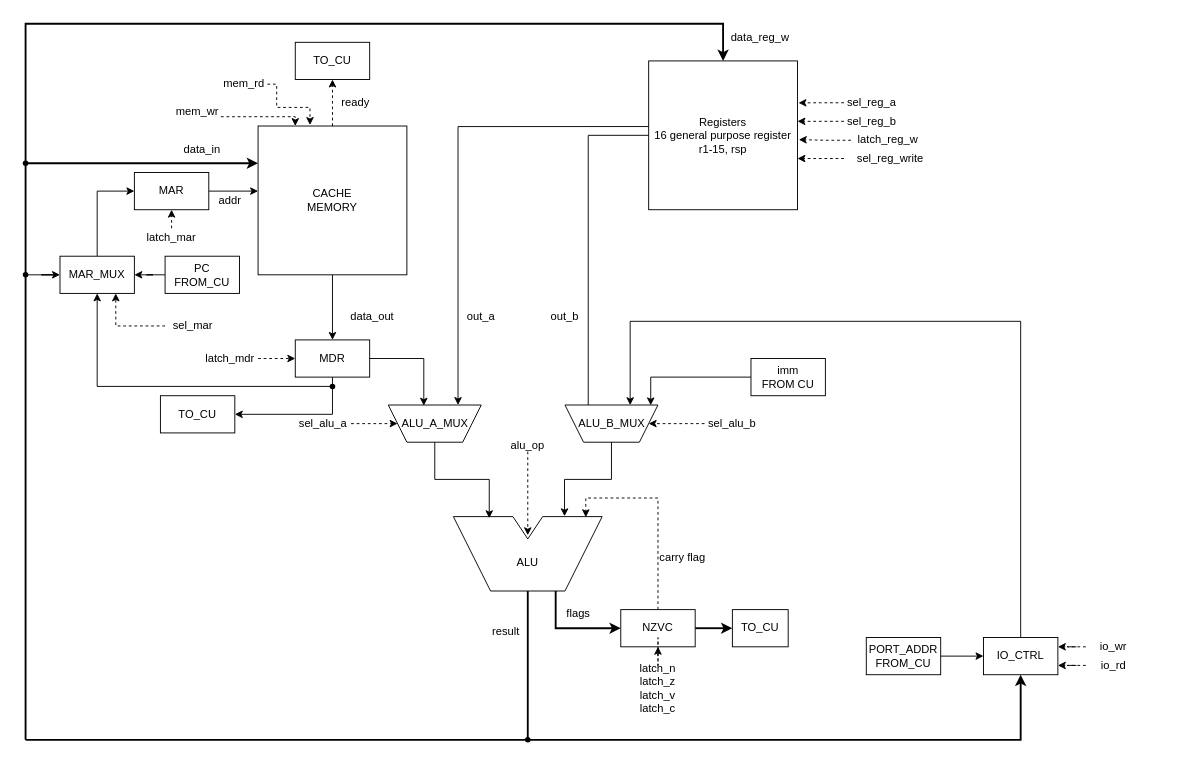
Miwm64/ailurus keeps this draw.io diagram as docs/scheme.drawio. Above is the earlier version. Source tidied: cells renumbered, new cells numbered last; positions are measured from the earlier drawing's top-left corner, leaving out a move shared by most shapes. Both pictures are drawn from the tidied source at 93%, with x=0, y=0 at pixel (16, 23).
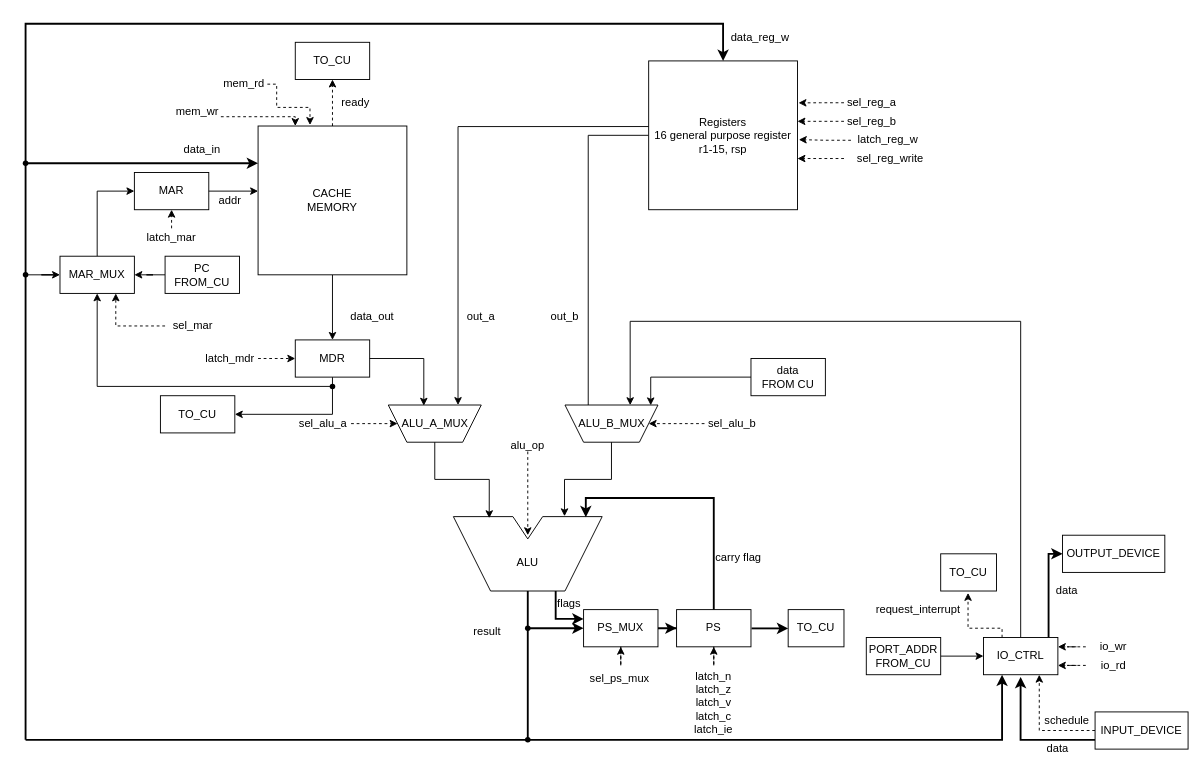
Above is the later version.

Commit message (it also covers changes not shown here):
docs: datapath complete, added pass_b alu operation

Unchanged cells that the change refers to:
```xml
<mxCell id="3" style="shape=mxgraph.basic.polygon;polyCoords=[[0,0],[0.4,0],[0.5,0.3],[0.6,0],[1,0],[0.75,1],[0.25,1]];polyline=0;whiteSpace=wrap;html=1;rotation=360;" parent="2" vertex="1">
  <mxGeometry width="160" height="80" as="geometry" />
</mxCell>
<mxCell id="4" value="ALU" style="text;html=1;whiteSpace=wrap;strokeColor=none;fillColor=none;align=center;verticalAlign=middle;rounded=0;rotation=360;" parent="2" vertex="1">
  <mxGeometry x="20" y="20" width="120" height="60" as="geometry" />
</mxCell>
<mxCell id="39" value="IO_CTRL" style="rounded=0;whiteSpace=wrap;html=1;" parent="1" vertex="1">
  <mxGeometry x="1040" y="660" width="80" height="40" as="geometry" />
</mxCell>
<mxCell id="79" style="shape=waypoint;sketch=0;size=6;points=[];fillColor=none;perimeter=centerPerimeter;snapToPoint=1;" parent="1" vertex="1">
  <mxGeometry x="540" y="760" width="20" height="20" as="geometry" />
</mxCell>
```

What changed in the source:
```diff
@@
-    <mxCell id="6" style="edgeStyle=orthogonalEdgeStyle;rounded=0;jettySize=auto;html=1;strokeWidth=2;" parent="1" edge="1" source="7">
-      <mxGeometry relative="1" as="geometry">
-        <mxPoint x="770" y="650" as="targetPoint" />
-      </mxGeometry>
+    <mxCell id="6" style="edgeStyle=orthogonalEdgeStyle;rounded=0;jettySize=auto;html=1;strokeWidth=2;exitX=1.008;exitY=0.505;exitDx=0;exitDy=0;exitPerimeter=0;entryX=0;entryY=0.5;entryDx=0;entryDy=0;" parent="1" edge="1" source="7" target="9">
+      <mxGeometry x="-0.54" relative="1" as="geometry" />
     </mxCell>
-    <mxCell id="7" value="NZVC" style="rounded=0;whiteSpace=wrap;html=1;" parent="1" vertex="1">
-      <mxGeometry x="650" y="630" width="80" height="40" as="geometry" />
+    <mxCell id="7" value="PS" style="rounded=0;whiteSpace=wrap;html=1;" parent="1" vertex="1">
+      <mxGeometry x="710" y="630" width="80" height="40" as="geometry" />
     </mxCell>
-    <mxCell id="8" style="edgeStyle=orthogonalEdgeStyle;rounded=0;jettySize=auto;html=1;exitX=0.75;exitY=1;exitDx=0;exitDy=0;entryX=0;entryY=0.5;entryDx=0;entryDy=0;strokeWidth=2;" parent="1" edge="1" source="4" target="7">
+    <mxCell id="8" style="edgeStyle=orthogonalEdgeStyle;rounded=0;jettySize=auto;html=1;exitX=0.75;exitY=1;exitDx=0;exitDy=0;entryX=0;entryY=0.25;entryDx=0;entryDy=0;strokeWidth=2;" parent="1" edge="1" source="4" target="97">
       <mxGeometry relative="1" as="geometry" />
     </mxCell>
     <mxCell id="9" value="TO_CU" style="rounded=0;whiteSpace=wrap;html=1;" parent="1" vertex="1">
-      <mxGeometry x="770" y="630" width="60" height="40" as="geometry" />
+      <mxGeometry x="830" y="630" width="60" height="40" as="geometry" />
     </mxCell>
@@
-    <mxCell id="11" value="latch_n&lt;div&gt;latch_z&lt;/div&gt;&lt;div&gt;latch_v&lt;/div&gt;&lt;div&gt;latch_c&lt;/div&gt;" style="text;html=1;whiteSpace=wrap;strokeColor=none;fillColor=none;align=center;verticalAlign=middle;rounded=0;" parent="1" vertex="1">
-      <mxGeometry x="660" y="680" width="60" height="70" as="geometry" />
+    <mxCell id="11" value="latch_n&lt;div&gt;latch_z&lt;/div&gt;&lt;div&gt;latch_v&lt;/div&gt;&lt;div&gt;latch_c&lt;/div&gt;&lt;div&gt;latch_ie&lt;/div&gt;" style="text;html=1;whiteSpace=wrap;strokeColor=none;fillColor=none;align=center;verticalAlign=middle;rounded=0;" parent="1" vertex="1">
+      <mxGeometry x="720" y="690" width="60" height="80" as="geometry" />
     </mxCell>
-    <mxCell id="12" style="edgeStyle=orthogonalEdgeStyle;rounded=0;jettySize=auto;html=1;entryX=0.89;entryY=0.008;entryDx=0;entryDy=0;entryPerimeter=0;exitX=0.5;exitY=0;exitDx=0;exitDy=0;dashed=1;" parent="1" edge="1" source="7" target="3">
+    <mxCell id="12" style="edgeStyle=orthogonalEdgeStyle;rounded=0;jettySize=auto;html=1;entryX=0.89;entryY=0.008;entryDx=0;entryDy=0;entryPerimeter=0;exitX=0.5;exitY=0;exitDx=0;exitDy=0;strokeWidth=2;" parent="1" edge="1" source="7" target="3">
       <mxGeometry x="-0.01" relative="1" as="geometry" />
     </mxCell>
     <mxCell id="13" value="carry flag" style="text;whiteSpace=wrap;html=1;" parent="1" vertex="1">
-      <mxGeometry x="690" y="560" width="60" height="20" as="geometry" />
+      <mxGeometry x="750" y="560" width="60" height="20" as="geometry" />
     </mxCell>
@@
+    <mxCell id="94" style="edgeStyle=orthogonalEdgeStyle;rounded=0;jettySize=auto;html=1;entryX=0.49;entryY=1.051;entryDx=0;entryDy=0;exitX=0.25;exitY=0;exitDx=0;exitDy=0;dashed=1;entryPerimeter=0;" parent="1" edge="1" source="39" target="103">
+      <mxGeometry relative="1" as="geometry">
+        <Array as="points">
+          <mxPoint x="1060" y="650" />
+          <mxPoint x="1023.4" y="650" />
+        </Array>
+      </mxGeometry>
+    </mxCell>
+    <mxCell id="95" style="edgeStyle=orthogonalEdgeStyle;rounded=0;jettySize=auto;html=1;entryX=0;entryY=0.5;entryDx=0;entryDy=0;strokeWidth=2;" parent="1" edge="1" source="39" target="109">
+      <mxGeometry relative="1" as="geometry">
+        <Array as="points">
+          <mxPoint x="1110" y="570" />
+        </Array>
+      </mxGeometry>
+    </mxCell>
@@
-    <mxCell id="41" value="&lt;div&gt;imm&lt;/div&gt;FROM CU" style="rounded=0;whiteSpace=wrap;html=1;strokeColor=default;align=center;verticalAlign=middle;fontFamily=Helvetica;fontSize=12;fontColor=default;fillColor=default;" parent="1" vertex="1">
+    <mxCell id="41" value="&lt;div&gt;data&lt;/div&gt;FROM CU" style="rounded=0;whiteSpace=wrap;html=1;strokeColor=default;align=center;verticalAlign=middle;fontFamily=Helvetica;fontSize=12;fontColor=default;fillColor=default;" parent="1" vertex="1">
       <mxGeometry x="790" y="360" width="80" height="40" as="geometry" />
     </mxCell>
@@
     <mxCell id="68" value="result" style="text;whiteSpace=wrap;html=1;" parent="1" vertex="1">
-      <mxGeometry x="510" y="640" width="40" height="20" as="geometry" />
+      <mxGeometry x="490" y="640" width="40" height="20" as="geometry" />
     </mxCell>
     <mxCell id="69" value="flags" style="text;whiteSpace=wrap;html=1;" parent="1" vertex="1">
-      <mxGeometry x="590" y="620" width="40" height="20" as="geometry" />
+      <mxGeometry x="580" y="610" width="40" height="20" as="geometry" />
     </mxCell>
@@
-    <mxCell id="78" style="endArrow=none;html=1;rounded=0;strokeWidth=2;endFill=0;exitX=0.5;exitY=1;exitDx=0;exitDy=0;edgeStyle=orthogonalEdgeStyle;startArrow=classic;startFill=1;" parent="1" edge="1" source="39" target="79">
-      <mxGeometry relative="1" as="geometry">
+    <mxCell id="78" style="endArrow=none;html=1;rounded=0;strokeWidth=2;endFill=0;exitX=0.25;exitY=1;exitDx=0;exitDy=0;edgeStyle=orthogonalEdgeStyle;startArrow=classic;startFill=1;" parent="1" edge="1" source="39" target="79">
+      <mxGeometry x="-0.03" relative="1" as="geometry">
         <Array as="points">
-          <mxPoint x="1080" y="770" />
+          <mxPoint x="1060" y="770" />
         </Array>
       </mxGeometry>
     </mxCell>
@@
+    <mxCell id="96" style="edgeStyle=orthogonalEdgeStyle;rounded=0;jettySize=auto;html=1;entryX=0;entryY=0.5;entryDx=0;entryDy=0;strokeWidth=2;" parent="1" edge="1" source="97" target="7">
+      <mxGeometry relative="1" as="geometry" />
+    </mxCell>
+    <mxCell id="97" value="PS_MUX" style="rounded=0;whiteSpace=wrap;html=1;" parent="1" vertex="1">
+      <mxGeometry x="610" y="630" width="80" height="40" as="geometry" />
+    </mxCell>
+    <mxCell id="98" style="edgeStyle=orthogonalEdgeStyle;rounded=0;jettySize=auto;html=1;entryX=0;entryY=0.5;entryDx=0;entryDy=0;strokeWidth=2;" parent="1" edge="1" source="99" target="97">
+      <mxGeometry x="0.44" relative="1" as="geometry" />
+    </mxCell>
+    <mxCell id="99" style="shape=waypoint;sketch=0;size=6;points=[];fillColor=none;perimeter=centerPerimeter;snapToPoint=1;" parent="1" vertex="1">
+      <mxGeometry x="540" y="640" width="20" height="20" as="geometry" />
+    </mxCell>
+    <mxCell id="100" style="edgeStyle=orthogonalEdgeStyle;rounded=0;jettySize=auto;html=1;entryX=0.5;entryY=1;entryDx=0;entryDy=0;dashed=1;" parent="1" edge="1" source="101" target="97">
+      <mxGeometry relative="1" as="geometry" />
+    </mxCell>
+    <mxCell id="101" value="sel_ps_mux" style="text;whiteSpace=wrap;html=1;" parent="1" vertex="1">
+      <mxGeometry x="615" y="690" width="70" height="40" as="geometry" />
+    </mxCell>
+    <mxCell id="102" value="request_interrupt" style="text;html=1;whiteSpace=wrap;strokeColor=none;fillColor=none;align=center;verticalAlign=middle;rounded=0;" parent="1" vertex="1">
+      <mxGeometry x="940" y="620" width="60" height="20" as="geometry" />
+    </mxCell>
+    <mxCell id="103" value="TO_CU" style="rounded=0;whiteSpace=wrap;html=1;" parent="1" vertex="1">
+      <mxGeometry x="994" y="570" width="60" height="40" as="geometry" />
+    </mxCell>
+    <mxCell id="104" style="edgeStyle=orthogonalEdgeStyle;rounded=0;jettySize=auto;html=1;entryX=0.499;entryY=1.059;entryDx=0;entryDy=0;strokeWidth=2;entryPerimeter=0;exitX=0;exitY=0.75;exitDx=0;exitDy=0;" parent="1" edge="1" source="106" target="39">
+      <mxGeometry x="-0.13" relative="1" as="geometry" />
+    </mxCell>
+    <mxCell id="105" style="edgeStyle=orthogonalEdgeStyle;rounded=0;jettySize=auto;html=1;entryX=0.75;entryY=1;entryDx=0;entryDy=0;dashed=1;" parent="1" edge="1" source="106" target="39">
+      <mxGeometry relative="1" as="geometry" />
+    </mxCell>
+    <mxCell id="106" value="INPUT_DEVICE" style="rounded=0;whiteSpace=wrap;html=1;" parent="1" vertex="1">
+      <mxGeometry x="1160" y="740" width="100" height="40" as="geometry" />
+    </mxCell>
+    <mxCell id="107" value="data" style="text;html=1;whiteSpace=wrap;strokeColor=none;fillColor=none;align=center;verticalAlign=middle;rounded=0;" parent="1" vertex="1">
+      <mxGeometry x="1090" y="770" width="60" height="20" as="geometry" />
+    </mxCell>
+    <mxCell id="108" value="schedule" style="text;html=1;whiteSpace=wrap;strokeColor=none;fillColor=none;align=center;verticalAlign=middle;rounded=0;" parent="1" vertex="1">
+      <mxGeometry x="1100" y="740" width="60" height="20" as="geometry" />
+    </mxCell>
+    <mxCell id="109" value="OUTPUT_DEVICE" style="rounded=0;whiteSpace=wrap;html=1;" parent="1" vertex="1">
+      <mxGeometry x="1125" y="550" width="110" height="40" as="geometry" />
+    </mxCell>
+    <mxCell id="110" value="data" style="text;html=1;whiteSpace=wrap;strokeColor=none;fillColor=none;align=center;verticalAlign=middle;rounded=0;" parent="1" vertex="1">
+      <mxGeometry x="1100" y="600" width="60" height="20" as="geometry" />
+    </mxCell>
```
